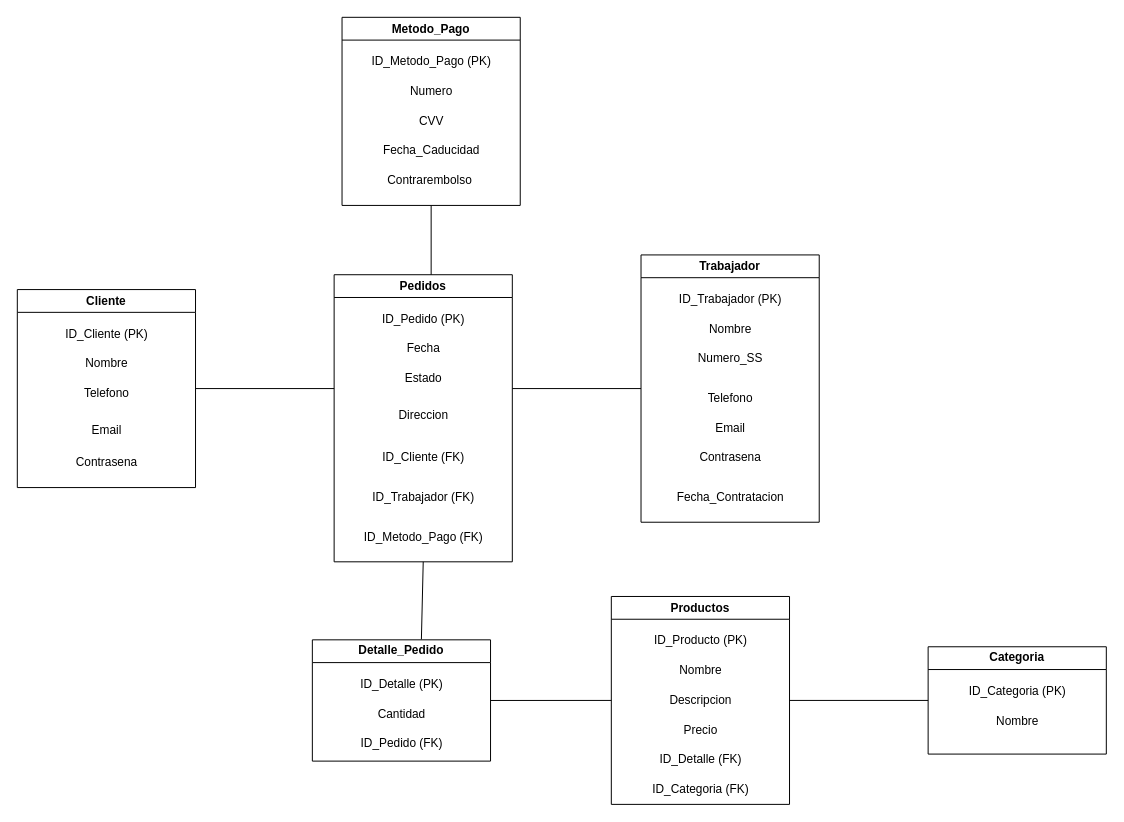
Earlier version of the draw.io diagram Modelo-Relacional/Modelo Relacional.drawio (jblas7/web-final). Source tidied: cells renumbered, new cells numbered last; positions are measured from the earlier drawing's top-left corner, leaving out a move shared by most shapes. Both pictures are drawn from the tidied source at 99%, with x=0, y=0 at pixel (17, 17).
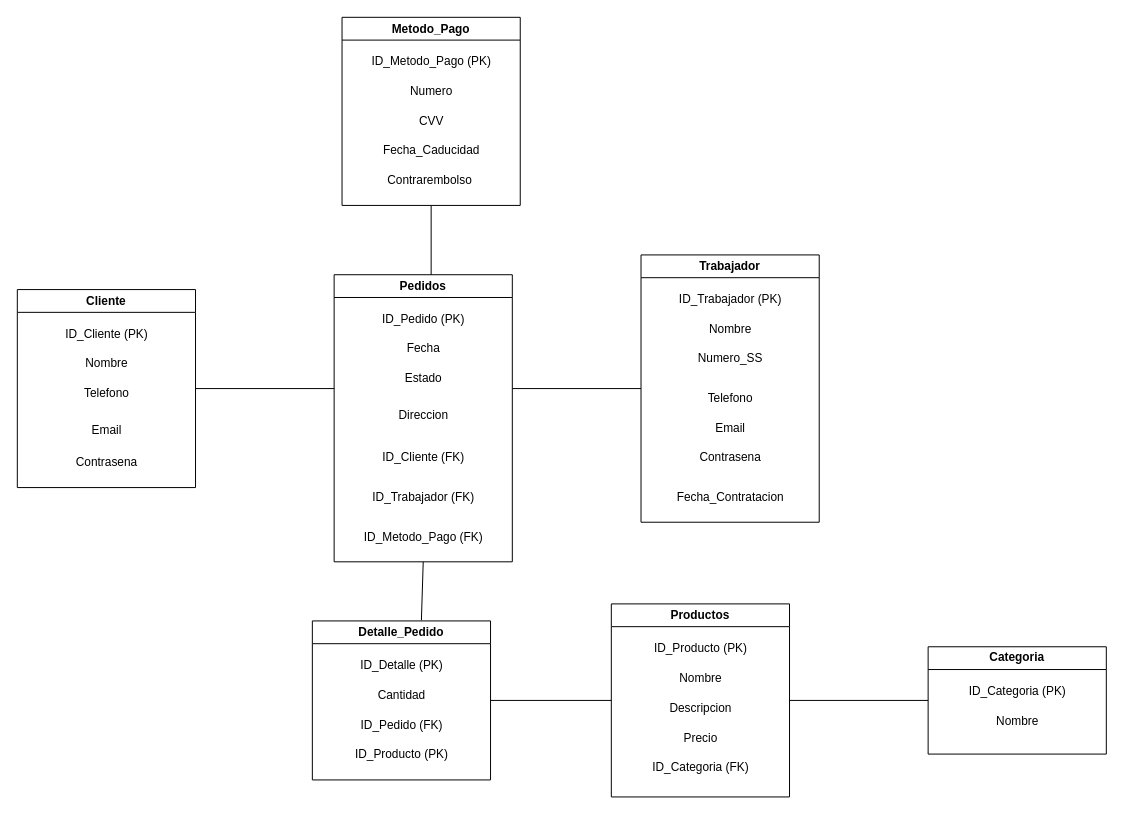
The same page after the edit.

Commit message (it also covers changes not shown here):
CAMBIO RELACION PRODUCTO - DETALLE_PRODUCTO

Diff of the diagram source:
```diff
@@
     <mxCell id="16" value="Productos" style="swimlane;whiteSpace=wrap;html=1;" parent="1" vertex="1">
-      <mxGeometry x="600" y="585" width="180" height="210" as="geometry" />
+      <mxGeometry x="600" y="592.5" width="180" height="195" as="geometry" />
     </mxCell>
@@
-    <mxCell id="21" value="ID_Detalle (FK)" style="text;html=1;align=center;verticalAlign=middle;strokeColor=none;fillColor=none;" parent="16" vertex="1">
-      <mxGeometry x="35" y="150" width="110" height="30" as="geometry" />
-    </mxCell>
     <mxCell id="22" value="ID_Categoria (FK)" style="text;html=1;align=center;verticalAlign=middle;strokeColor=none;fillColor=none;" parent="16" vertex="1">
-      <mxGeometry x="30" y="180" width="120" height="30" as="geometry" />
+      <mxGeometry x="30" y="150" width="120" height="30" as="geometry" />
     </mxCell>
     <mxCell id="23" value="Detalle_Pedido" style="swimlane;whiteSpace=wrap;html=1;" parent="1" vertex="1">
-      <mxGeometry x="298" y="628.8" width="180" height="122.5" as="geometry" />
+      <mxGeometry x="298" y="609.7" width="180" height="160.6" as="geometry" />
     </mxCell>
@@
+    <mxCell id="50" value="ID_Producto (PK)" style="text;html=1;align=center;verticalAlign=middle;strokeColor=none;fillColor=none;" parent="23" vertex="1">
+      <mxGeometry x="30" y="120" width="120" height="30" as="geometry" />
+    </mxCell>
```
